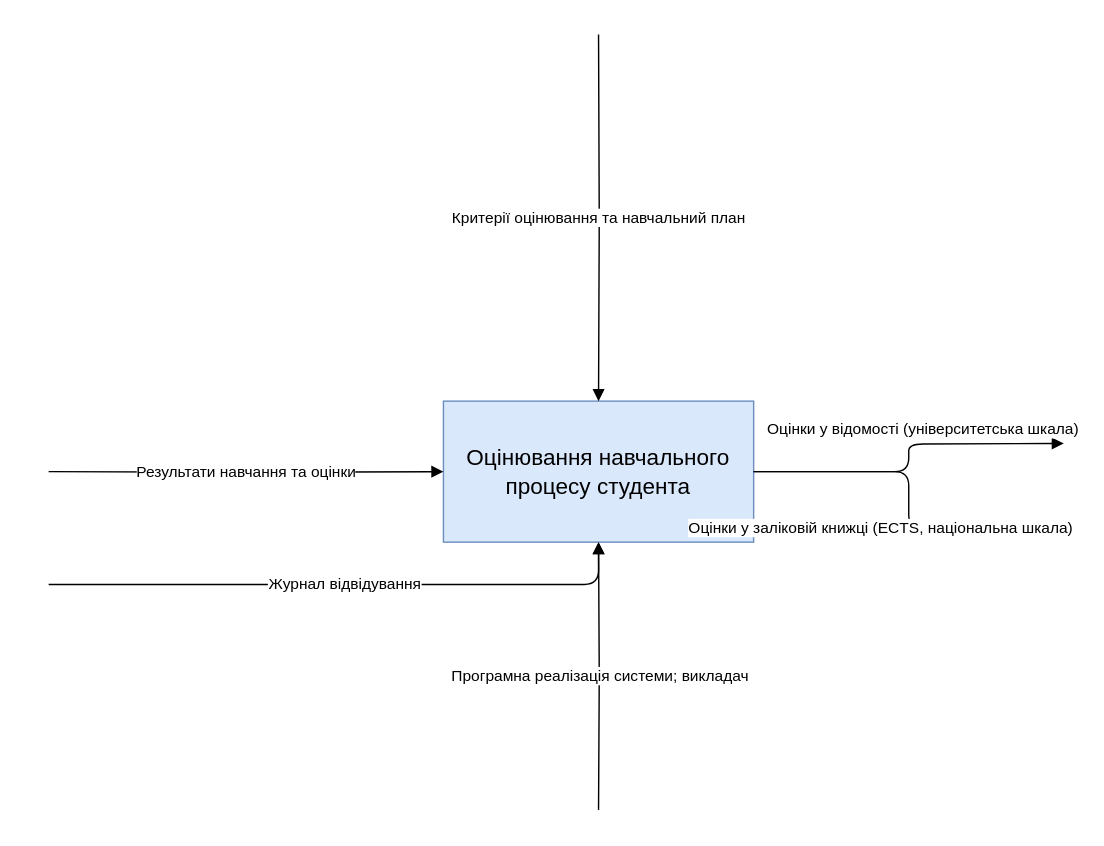
This is page "A0 Контекстна діаграма" (1 of 8) of Lab1.drawio from MikeSydo/Development-and-Design-of-Information-Systems, a draw.io file, before an edit. Source tidied: cells renumbered, new cells numbered last; positions are measured from the earlier drawing's top-left corner, leaving out a move shared by most shapes. Both pictures are drawn from the tidied source at 141%, with x=0, y=0 at pixel (48, 34).
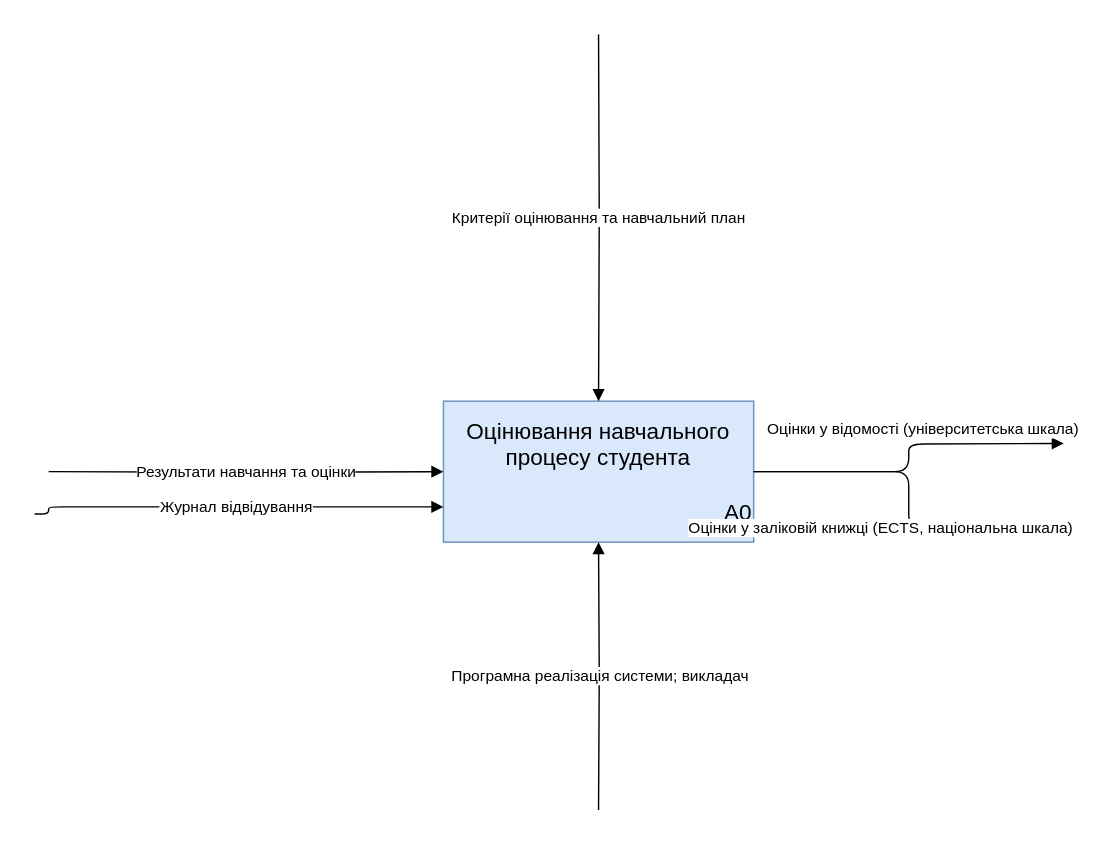
Above is the later version.

What changed in the source:
```diff
@@
 <mxGraphModel>
   <root>
     <mxCell id="0" />
     <mxCell id="1" parent="0" />
-    <mxCell id="2" value="Оцінювання навчального процесу студента" style="rounded=0;whiteSpace=wrap;html=1;fillColor=#dae8fc;strokeColor=#6c8ebf;fontSize=16;" parent="1" vertex="1">
+    <mxCell id="2" value="&lt;div&gt;Оцінювання навчального процесу студента&lt;/div&gt;&lt;div&gt;&lt;br&gt;&lt;/div&gt;&lt;div align=&quot;right&quot;&gt;А0&lt;/div&gt;" style="rounded=0;whiteSpace=wrap;html=1;fillColor=#dae8fc;strokeColor=#6c8ebf;fontSize=16;" parent="1" vertex="1">
       <mxGeometry x="280" y="260" width="220" height="100" as="geometry" />
     </mxCell>
     <mxCell id="3" value="Результати навчання та оцінки" style="edgeStyle=orthogonalEdgeStyle;html=1;endArrow=block;" parent="1" edge="1" target="2">
       <mxGeometry relative="1" as="geometry">
         <mxPoint y="310" as="sourcePoint" />
       </mxGeometry>
     </mxCell>
-    <mxCell id="4" value="Журнал відвідування" style="edgeStyle=orthogonalEdgeStyle;html=1;endArrow=block;" parent="1" edge="1" target="2">
+    <mxCell id="4" value="Журнал відвідування" style="edgeStyle=orthogonalEdgeStyle;html=1;endArrow=block;entryX=0;entryY=0.75;entryDx=0;entryDy=0;" parent="1" edge="1" target="2">
       <mxGeometry relative="1" as="geometry">
-        <mxPoint y="390" as="sourcePoint" />
+        <mxPoint x="-10" y="340" as="sourcePoint" />
         <Array as="points">
-          <mxPoint y="390" />
-          <mxPoint x="390" y="390" />
+          <mxPoint y="340" />
+          <mxPoint y="335" />
         </Array>
       </mxGeometry>
     </mxCell>
     <mxCell id="5" value="Критерії оцінювання та навчальний план" style="edgeStyle=orthogonalEdgeStyle;html=1;endArrow=block;" parent="1" edge="1" target="2">
       <mxGeometry relative="1" as="geometry">
         <mxPoint x="390" as="sourcePoint" />
       </mxGeometry>
     </mxCell>
     <mxCell id="6" value="Програмна реалізація системи; викладач" style="edgeStyle=orthogonalEdgeStyle;html=1;endArrow=block;" parent="1" edge="1" target="2">
       <mxGeometry relative="1" as="geometry">
         <mxPoint x="390" y="550" as="sourcePoint" />
       </mxGeometry>
     </mxCell>
     <mxCell id="7" value="Оцінки у відомості (університетська шкала)" style="edgeStyle=orthogonalEdgeStyle;html=1;endArrow=block;" parent="1" edge="1" source="2">
       <mxGeometry x="0.17" y="10" relative="1" as="geometry">
         <mxPoint x="720" y="290" as="targetPoint" />
       </mxGeometry>
     </mxCell>
     <mxCell id="8" value="Оцінки у заліковій книжці (ECTS, національна шкала)" style="edgeStyle=orthogonalEdgeStyle;html=1;endArrow=block;" parent="1" edge="1" source="2">
       <mxGeometry x="0.15" y="-20" relative="1" as="geometry">
         <mxPoint x="720" y="350" as="targetPoint" />
       </mxGeometry>
     </mxCell>
   </root>
 </mxGraphModel>
```
